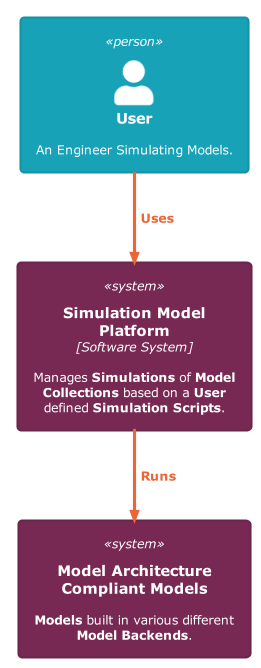
Before: docs/PlantUML/diagrams/out/L1_System Context Diagram - Simulation Model Platform.png, a diagram exported from PlantUML (wheelerMT/GSMP). The source it was exported from:
```plantuml
@startuml L1_System Context Diagram - Simulation Model Platform

!theme C4_united from <C4/themes>
!include <C4/C4_Context>

Person(User,"User", "An Engineer Simulating Models.")
System(SimulationModelPlatform, "Simulation Model Platform", "Manages **Simulations** of **Model Collections** based on a **User** defined **Simulation Scripts**.","","","","Software System")
System(Models, "Model Architecture Compliant Models", "**Models** built in various different **Model Backends**.")

Rel(User, SimulationModelPlatform, "Uses")
Rel(SimulationModelPlatform, Models, "Runs")

@enduml
```
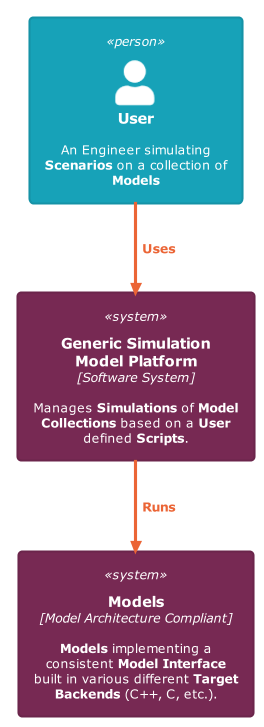
Above is the later version.

Commit message:
Update L1 & L2 diagrams, to use SimulationManager, Simulation, Model Manager, Model hierarchy.

Diff of the diagram source:
```diff
@@ -3,11 +3,11 @@
 !theme C4_united from <C4/themes>
 !include <C4/C4_Context>
 
-Person(User,"User", "An Engineer Simulating Models.")
-System(SimulationModelPlatform, "Simulation Model Platform", "Manages **Simulations** of **Model Collections** based on a **User** defined **Simulation Scripts**.","","","","Software System")
-System(Models, "Model Architecture Compliant Models", "**Models** built in various different **Model Backends**.")
+Person(User,"User", "An Engineer simulating **Scenarios** on a collection of **Models**")
+System(GenericSimulationModelPlatform, "Generic Simulation\nModel Platform", "Manages **Simulations** of **Model Collections** based on a **User** defined **Scripts**.","","","","Software System")
+System(Models, "Models", "**Models** implementing a consistent **Model Interface** built in various different **Target Backends** (C++, C, etc.).", "", "", "", "Model Architecture Compliant")
 
-Rel(User, SimulationModelPlatform, "Uses")
-Rel(SimulationModelPlatform, Models, "Runs")
+Rel(User, GenericSimulationModelPlatform, "Uses")
+Rel(GenericSimulationModelPlatform, Models, "Runs")
 
 @enduml
```
